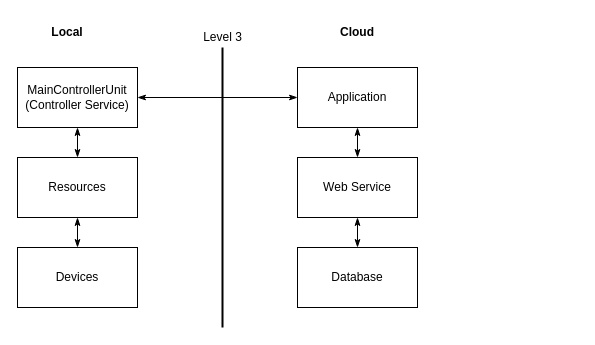
The draw.io diagram page "IoTLevel3ForSingleStoriesApartments" (7 of 8) of notes/ArchitecturalDiagrams.drawio in aniruddhand/ciot-capstone, before the edit. Source tidied: cells renumbered, new cells numbered last; positions are measured from the earlier drawing's top-left corner, leaving out a move shared by most shapes. Both pictures are drawn from the tidied source at 100%, with x=0, y=0 at pixel (17, 17).
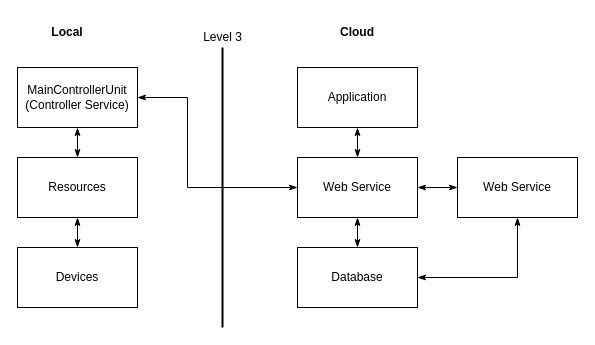
The same page after the edit.

Commit message:
Added IoT Level4 diagram

Unchanged cells that the change refers to:
```xml
<mxCell id="3" value="&lt;div&gt;MainControllerUnit&lt;/div&gt;&lt;div&gt;(Controller Service)&lt;br&gt;&lt;/div&gt;" style="rounded=0;whiteSpace=wrap;html=1;labelBackgroundColor=default;labelBorderColor=#FFFFFF;fontColor=#000000;" parent="1" vertex="1">
  <mxGeometry y="50" width="120" height="60" as="geometry" />
</mxCell>
<mxCell id="11" value="Application" style="rounded=0;whiteSpace=wrap;html=1;labelBackgroundColor=default;labelBorderColor=#FFFFFF;fontColor=#000000;" parent="1" vertex="1">
  <mxGeometry x="280" y="50" width="120" height="60" as="geometry" />
</mxCell>
<mxCell id="12" value="Web Service" style="rounded=0;whiteSpace=wrap;html=1;labelBackgroundColor=default;labelBorderColor=#FFFFFF;fontColor=#000000;" parent="1" vertex="1">
  <mxGeometry x="280" y="140" width="120" height="60" as="geometry" />
</mxCell>
<mxCell id="14" value="Database" style="rounded=0;whiteSpace=wrap;html=1;labelBackgroundColor=default;labelBorderColor=#FFFFFF;fontColor=#000000;" parent="1" vertex="1">
  <mxGeometry x="280" y="230" width="120" height="60" as="geometry" />
</mxCell>
```

The edit, as a diff of the source:
```diff
@@
-    <mxCell id="2" style="edgeStyle=none;rounded=0;jettySize=auto;html=1;entryX=0;entryY=0.5;entryDx=0;entryDy=0;fontColor=#000000;startArrow=classicThin;startFill=1;endArrow=classicThin;endFill=1;" parent="1" edge="1" source="3" target="11">
-      <mxGeometry relative="1" as="geometry" />
+    <mxCell id="2" style="edgeStyle=orthogonalEdgeStyle;rounded=0;jettySize=auto;html=1;entryX=0;entryY=0.5;entryDx=0;entryDy=0;fontColor=#000000;startArrow=classicThin;startFill=1;endArrow=classicThin;endFill=1;exitX=1;exitY=0.5;exitDx=0;exitDy=0;" parent="1" edge="1" source="3" target="12">
+      <mxGeometry relative="1" as="geometry">
+        <Array as="points">
+          <mxPoint x="170" y="80" />
+          <mxPoint x="170" y="170" />
+        </Array>
+      </mxGeometry>
     </mxCell>
@@
+    <mxCell id="16" style="edgeStyle=none;rounded=0;jettySize=auto;html=1;fontColor=#000000;startArrow=classicThin;startFill=1;endArrow=classicThin;endFill=1;" parent="1" edge="1" source="18" target="12">
+      <mxGeometry relative="1" as="geometry" />
+    </mxCell>
+    <mxCell id="17" style="edgeStyle=orthogonalEdgeStyle;rounded=0;jettySize=auto;html=1;entryX=1;entryY=0.5;entryDx=0;entryDy=0;fontColor=#000000;startArrow=classicThin;startFill=1;endArrow=classicThin;endFill=1;" parent="1" edge="1" source="18" target="14">
+      <mxGeometry relative="1" as="geometry">
+        <Array as="points">
+          <mxPoint x="500" y="260" />
+        </Array>
+      </mxGeometry>
+    </mxCell>
+    <mxCell id="18" value="Web Service" style="rounded=0;whiteSpace=wrap;html=1;labelBackgroundColor=default;labelBorderColor=#FFFFFF;fontColor=#000000;" parent="1" vertex="1">
+      <mxGeometry x="440" y="140" width="120" height="60" as="geometry" />
+    </mxCell>
```
